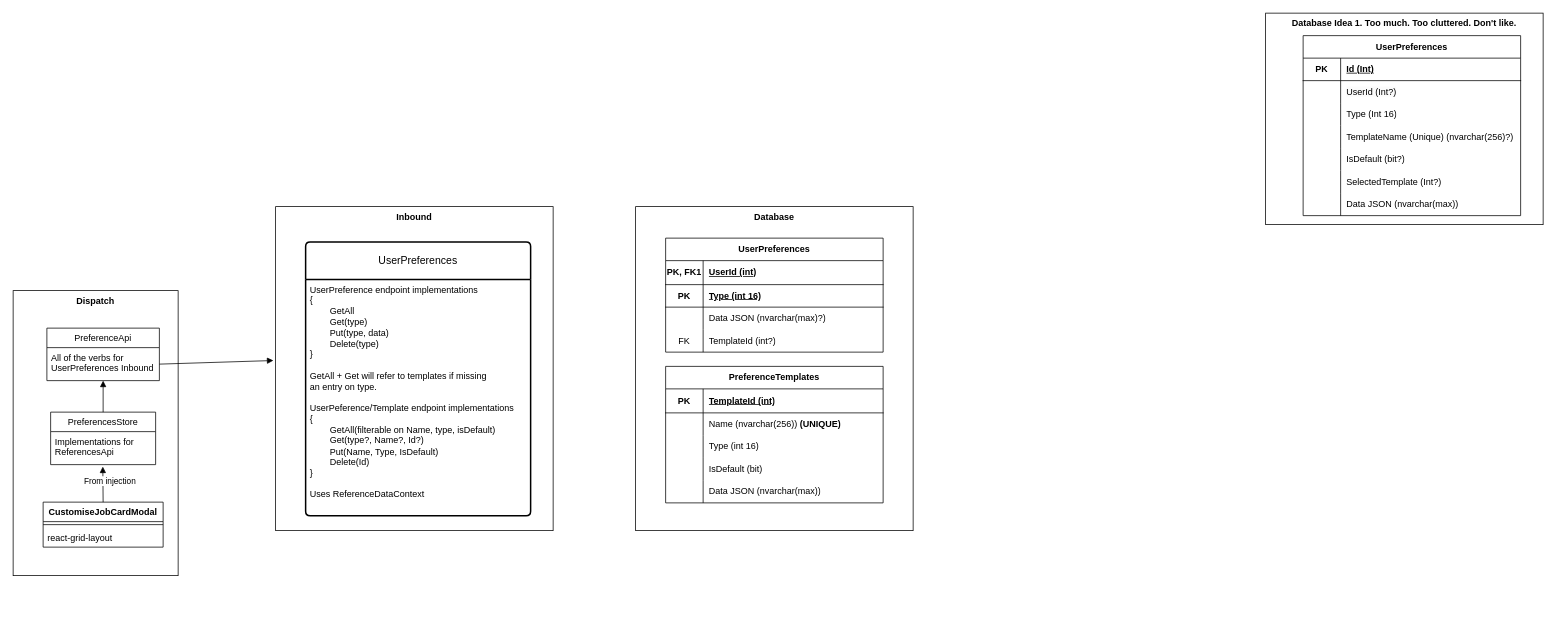
Before: CustomJobCard.drawio in gbates-e2open/drawioFiles, a draw.io diagram. Source tidied: cells renumbered, new cells numbered last; positions are measured from the earlier drawing's top-left corner, leaving out a move shared by most shapes. Both pictures are drawn from the tidied source at 75%, with x=0, y=0 at pixel (13, 13).
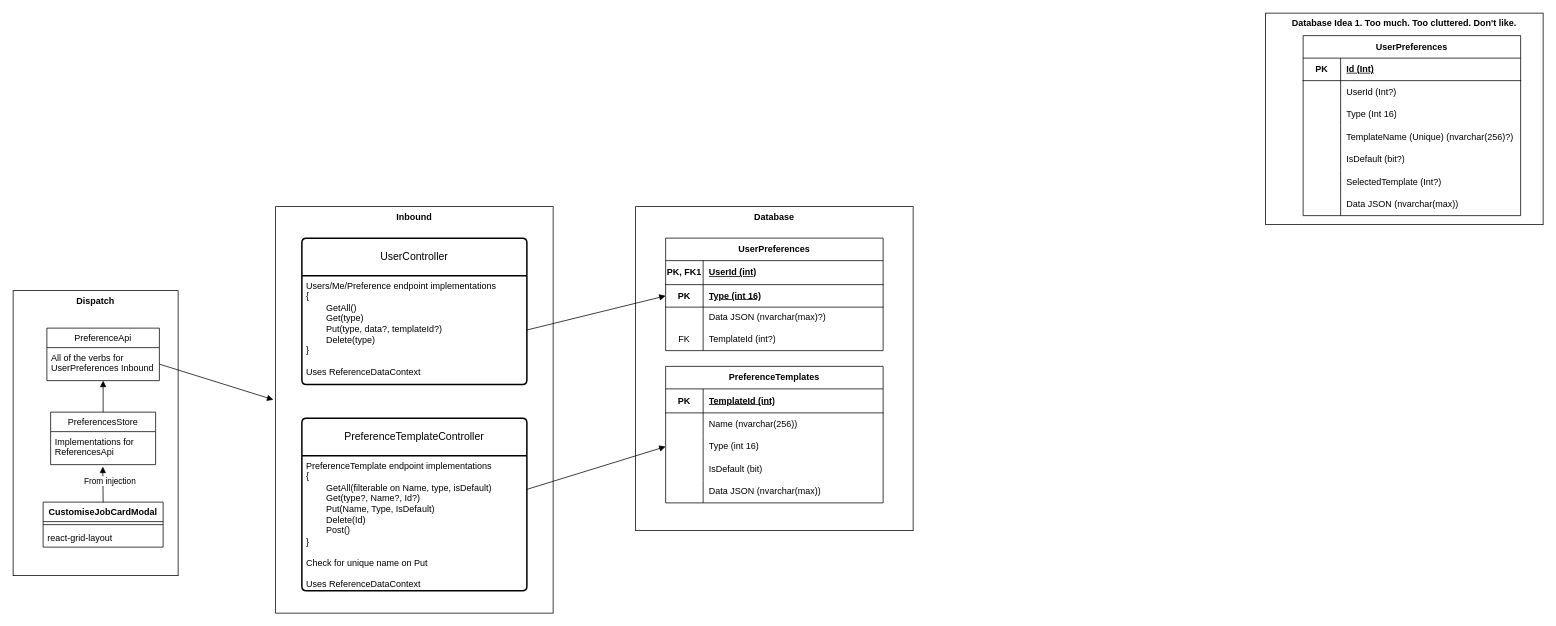
After the change.

The change refers to these unchanged cells:
```xml
<mxCell id="44" style="shape=tableRow;horizontal=0;startSize=0;swimlaneHead=0;swimlaneBody=0;fillColor=none;points=[[0,0.5],[1,0.5]];portConstraint=eastwest;top=0;left=0;right=0;bottom=1;html=1;" parent="40" vertex="1">
  <mxGeometry y="62" width="290" height="30" as="geometry" />
</mxCell>
<mxCell id="57" style="shape=tableRow;horizontal=0;startSize=0;swimlaneHead=0;swimlaneBody=0;fillColor=none;top=0;left=0;right=0;bottom=0;html=1;" parent="53" vertex="1">
  <mxGeometry y="62" width="290" height="30" as="geometry" />
</mxCell>
<mxCell id="60" style="shape=tableRow;horizontal=0;startSize=0;swimlaneHead=0;swimlaneBody=0;fillColor=none;points=[[0,0.5],[1,0.5]];portConstraint=eastwest;top=0;left=0;right=0;bottom=0;html=1;" parent="53" vertex="1">
  <mxGeometry y="92" width="290" height="30" as="geometry" />
</mxCell>
```

Diff of the diagram source:
```diff
@@
     <mxCell id="2" value="&lt;b&gt;Inbound&lt;/b&gt;" style="html=1;whiteSpace=wrap;verticalAlign=top;" parent="1" vertex="1">
-      <mxGeometry x="350" y="258" width="370" height="432" as="geometry" />
+      <mxGeometry x="350" y="258" width="370" height="542" as="geometry" />
     </mxCell>
-    <mxCell id="3" value="UserPreferences" style="swimlane;horizontal=1;startSize=50;rounded=1;fontSize=14;fontStyle=0;strokeWidth=2;shadow=0;dashed=0;align=center;arcSize=4;whiteSpace=wrap;html=1;" parent="1" vertex="1">
-      <mxGeometry x="390" y="305" width="300" height="365" as="geometry" />
+    <mxCell id="3" value="PreferenceTemplateController" style="swimlane;horizontal=1;startSize=50;rounded=1;fontSize=14;fontStyle=0;strokeWidth=2;shadow=0;dashed=0;align=center;arcSize=4;whiteSpace=wrap;html=1;" parent="1" vertex="1">
+      <mxGeometry x="385" y="540" width="300" height="230" as="geometry" />
     </mxCell>
-    <mxCell id="4" value="UserPreference endpoint&amp;nbsp;&lt;span style=&quot;background-color: initial;&quot;&gt;implementations&lt;/span&gt;&lt;div&gt;{&lt;/div&gt;&lt;div&gt;&lt;span style=&quot;white-space: pre;&quot;&gt;&#9;&lt;/span&gt;GetAll&lt;/div&gt;&lt;div&gt;&lt;span style=&quot;white-space: pre;&quot;&gt;&#9;&lt;/span&gt;Get(type)&lt;br&gt;&lt;/div&gt;&lt;div&gt;&lt;span style=&quot;white-space: pre;&quot;&gt;&#9;&lt;/span&gt;Put(type, data)&lt;/div&gt;&lt;div&gt;&lt;span style=&quot;white-space: pre;&quot;&gt;&#9;&lt;/span&gt;Delete(type)&lt;/div&gt;&lt;div&gt;}&lt;/div&gt;&lt;div&gt;&lt;br&gt;&lt;/div&gt;&lt;div&gt;GetAll + Get will refer to templates if missing&lt;/div&gt;&lt;div&gt;an entry on type.&lt;/div&gt;&lt;div&gt;&lt;br&gt;&lt;/div&gt;&lt;div&gt;UserPeference/Template endpoint implementations&lt;/div&gt;&lt;div&gt;{&lt;/div&gt;&lt;div&gt;&lt;span style=&quot;white-space: pre;&quot;&gt;&#9;&lt;/span&gt;GetAll(filterable on Name, type, isDefault)&lt;br&gt;&lt;/div&gt;&lt;div&gt;&lt;span style=&quot;white-space: pre;&quot;&gt;&#9;&lt;/span&gt;Get(type?, Name?, Id?)&lt;/div&gt;&lt;div&gt;&lt;span style=&quot;white-space: pre;&quot;&gt;&#9;&lt;/span&gt;Put(Name, Type, IsDefault)&lt;br&gt;&lt;/div&gt;&lt;div&gt;&lt;span style=&quot;white-space: pre;&quot;&gt;&#9;&lt;/span&gt;Delete(Id)&lt;/div&gt;&lt;div&gt;}&lt;/div&gt;&lt;div&gt;&lt;br&gt;&lt;/div&gt;&lt;div&gt;Uses ReferenceDataContext&lt;/div&gt;" style="align=left;strokeColor=none;fillColor=none;spacingLeft=4;fontSize=12;verticalAlign=top;html=1;" parent="3" vertex="1">
-      <mxGeometry y="50" width="300" height="315" as="geometry" />
+    <mxCell id="4" value="&lt;div&gt;&lt;span style=&quot;background-color: initial;&quot;&gt;PreferenceTemplate endpoint implementations&lt;/span&gt;&lt;br&gt;&lt;/div&gt;&lt;div&gt;{&lt;/div&gt;&lt;div&gt;&lt;span style=&quot;white-space: pre;&quot;&gt;&#9;&lt;/span&gt;GetAll(filterable on Name, type, isDefault)&lt;br&gt;&lt;/div&gt;&lt;div&gt;&lt;span style=&quot;white-space: pre;&quot;&gt;&#9;&lt;/span&gt;Get(type?, Name?, Id?)&lt;/div&gt;&lt;div&gt;&lt;span style=&quot;white-space: pre;&quot;&gt;&#9;&lt;/span&gt;Put(Name, Type, IsDefault)&lt;br&gt;&lt;/div&gt;&lt;div&gt;&lt;span style=&quot;white-space: pre;&quot;&gt;&#9;&lt;/span&gt;Delete(Id)&lt;/div&gt;&lt;div&gt;&lt;span style=&quot;white-space: pre;&quot;&gt;&#9;&lt;/span&gt;Post()&lt;br&gt;&lt;/div&gt;&lt;div&gt;}&lt;/div&gt;&lt;div&gt;&lt;br&gt;&lt;/div&gt;&lt;div&gt;Check for unique name on Put&lt;/div&gt;&lt;div&gt;&lt;br&gt;&lt;/div&gt;&lt;div&gt;Uses ReferenceDataContext&lt;/div&gt;" style="align=left;strokeColor=none;fillColor=none;spacingLeft=4;fontSize=12;verticalAlign=top;html=1;" parent="3" vertex="1">
+      <mxGeometry y="50" width="300" height="180" as="geometry" />
     </mxCell>
@@
     <mxCell id="40" value="UserPreferences" style="shape=table;startSize=30;childLayout=tableLayout;rowLines=0;fontStyle=1;align=center;html=1;whiteSpace=wrap;" parent="1" vertex="1">
-      <mxGeometry x="870" y="300" width="290" height="152" as="geometry" />
+      <mxGeometry x="870" y="300" width="290" height="150" as="geometry" />
     </mxCell>
@@
     <mxCell id="47" style="shape=tableRow;horizontal=0;startSize=0;swimlaneHead=0;swimlaneBody=0;fillColor=none;top=0;left=0;right=0;bottom=0;html=1;" parent="40" vertex="1">
-      <mxGeometry y="92" width="290" height="30" as="geometry" />
+      <mxGeometry y="92" width="290" height="28" as="geometry" />
     </mxCell>
     <mxCell id="48" style="shape=partialRectangle;fillColor=none;top=0;left=0;bottom=0;right=0;overflow=hidden;html=1;whiteSpace=wrap;" parent="47" vertex="1">
-      <mxGeometry width="50" height="30" as="geometry" />
+      <mxGeometry width="50" height="28" as="geometry" />
     </mxCell>
     <mxCell id="49" value="Data JSON (nvarchar(max)?)" style="shape=partialRectangle;fillColor=none;top=0;left=0;bottom=0;right=0;align=left;spacingLeft=6;overflow=hidden;html=1;whiteSpace=wrap;" parent="47" vertex="1">
-      <mxGeometry x="50" width="240" height="30" as="geometry" />
+      <mxGeometry x="50" width="240" height="28" as="geometry" />
     </mxCell>
     <mxCell id="50" style="shape=tableRow;horizontal=0;startSize=0;swimlaneHead=0;swimlaneBody=0;fillColor=none;top=0;left=0;right=0;bottom=0;html=1;" parent="40" vertex="1">
-      <mxGeometry y="122" width="290" height="30" as="geometry" />
+      <mxGeometry y="120" width="290" height="30" as="geometry" />
     </mxCell>
@@
-    <mxCell id="59" value="Name (nvarchar(256)) &lt;b&gt;(UNIQUE)&lt;/b&gt;" style="shape=partialRectangle;fillColor=none;top=0;left=0;bottom=0;right=0;align=left;spacingLeft=6;overflow=hidden;html=1;whiteSpace=wrap;" parent="57" vertex="1">
+    <mxCell id="59" value="Name (nvarchar(256))" style="shape=partialRectangle;fillColor=none;top=0;left=0;bottom=0;right=0;align=left;spacingLeft=6;overflow=hidden;html=1;whiteSpace=wrap;" parent="57" vertex="1">
       <mxGeometry x="50" width="240" height="30" as="geometry" />
     </mxCell>
@@
+    <mxCell id="69" value="UserController" style="swimlane;horizontal=1;startSize=50;rounded=1;fontSize=14;fontStyle=0;strokeWidth=2;shadow=0;dashed=0;align=center;arcSize=4;whiteSpace=wrap;html=1;" parent="1" vertex="1">
+      <mxGeometry x="385" y="300" width="300" height="195" as="geometry" />
+    </mxCell>
+    <mxCell id="70" value="&lt;div&gt;&lt;span style=&quot;background-color: initial;&quot;&gt;Users/Me/Preference endpoint implementations&lt;/span&gt;&lt;br&gt;&lt;/div&gt;&lt;div&gt;{&lt;/div&gt;&lt;div&gt;&lt;span style=&quot;white-space: pre;&quot;&gt;&#9;&lt;/span&gt;GetAll()&lt;br&gt;&lt;/div&gt;&lt;div&gt;&lt;span style=&quot;white-space: pre;&quot;&gt;&#9;&lt;/span&gt;Get(type)&lt;/div&gt;&lt;div&gt;&lt;span style=&quot;white-space: pre;&quot;&gt;&#9;&lt;/span&gt;Put(type, data?, templateId?)&lt;br&gt;&lt;/div&gt;&lt;div&gt;&lt;span style=&quot;white-space: pre;&quot;&gt;&#9;&lt;/span&gt;Delete(type)&lt;/div&gt;&lt;div&gt;}&lt;/div&gt;&lt;div&gt;&lt;br&gt;&lt;/div&gt;&lt;div&gt;Uses ReferenceDataContext&lt;/div&gt;" style="align=left;strokeColor=none;fillColor=none;spacingLeft=4;fontSize=12;verticalAlign=top;html=1;" parent="69" vertex="1">
+      <mxGeometry y="50" width="300" height="145" as="geometry" />
+    </mxCell>
+    <mxCell id="71" style="html=1;verticalAlign=bottom;endArrow=block;curved=0;rounded=0;exitX=1;exitY=0.5;exitDx=0;exitDy=0;entryX=0;entryY=0.5;entryDx=0;entryDy=0;" parent="1" edge="1" source="70" target="44">
+      <mxGeometry relative="1" as="geometry" />
+    </mxCell>
+    <mxCell id="72" style="html=1;verticalAlign=bottom;endArrow=block;curved=0;rounded=0;exitX=1;exitY=0.25;exitDx=0;exitDy=0;entryX=0;entryY=0.5;entryDx=0;entryDy=0;" parent="1" edge="1" source="4" target="60">
+      <mxGeometry relative="1" as="geometry" />
+    </mxCell>
```
